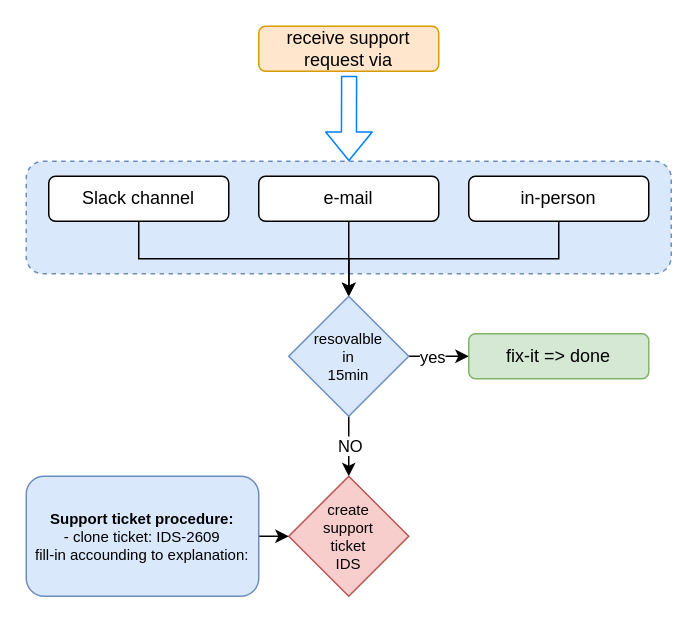
Before: support-flow-ids.drawio in Vortex-ict/test-repo, a draw.io diagram. Source tidied: cells renumbered, new cells numbered last; positions are measured from the earlier drawing's top-left corner, leaving out a move shared by most shapes. Both pictures are drawn from the tidied source at 150%, with x=0, y=0 at pixel (26, 26).
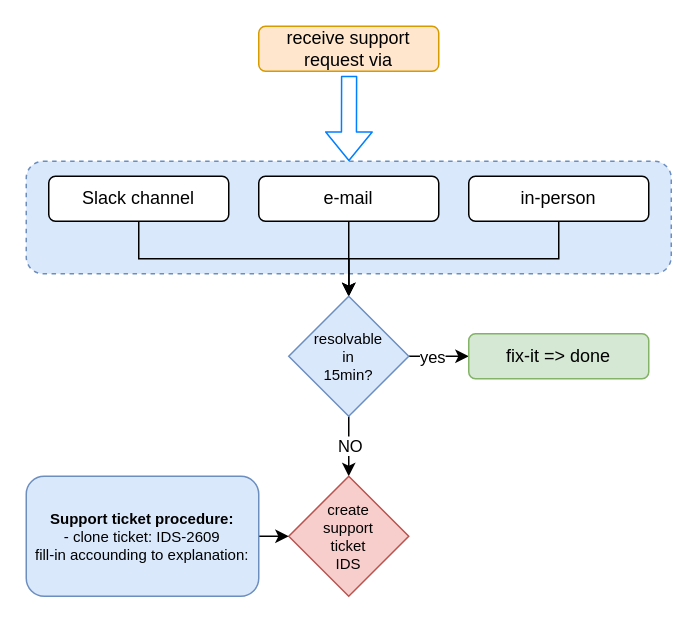
The same page after the edit.

Diff of the diagram source:
```diff
@@
-    <mxCell id="14" value="&lt;div style=&quot;font-size: 10px&quot;&gt;&lt;font style=&quot;font-size: 10px&quot;&gt;resovalble&lt;/font&gt;&lt;/div&gt;&lt;div style=&quot;font-size: 10px&quot;&gt;&lt;font style=&quot;font-size: 10px&quot;&gt;in &lt;br&gt;&lt;/font&gt;&lt;/div&gt;&lt;div style=&quot;font-size: 10px&quot;&gt;&lt;font style=&quot;font-size: 10px&quot;&gt;15min&lt;br&gt;&lt;/font&gt;&lt;/div&gt;" style="rhombus;whiteSpace=wrap;html=1;fillColor=#dae8fc;strokeColor=#6c8ebf;" parent="1" vertex="1">
+    <mxCell id="14" value="&lt;div style=&quot;font-size: 10px&quot;&gt;&lt;font style=&quot;font-size: 10px&quot;&gt;resolvable&lt;/font&gt;&lt;/div&gt;&lt;div style=&quot;font-size: 10px&quot;&gt;&lt;font style=&quot;font-size: 10px&quot;&gt;in &lt;br&gt;&lt;/font&gt;&lt;/div&gt;&lt;div style=&quot;font-size: 10px&quot;&gt;&lt;font style=&quot;font-size: 10px&quot;&gt;15min?&lt;br&gt;&lt;/font&gt;&lt;/div&gt;" style="rhombus;whiteSpace=wrap;html=1;fillColor=#dae8fc;strokeColor=#6c8ebf;" parent="1" vertex="1">
       <mxGeometry x="175" y="180" width="80" height="80" as="geometry" />
     </mxCell>
```
